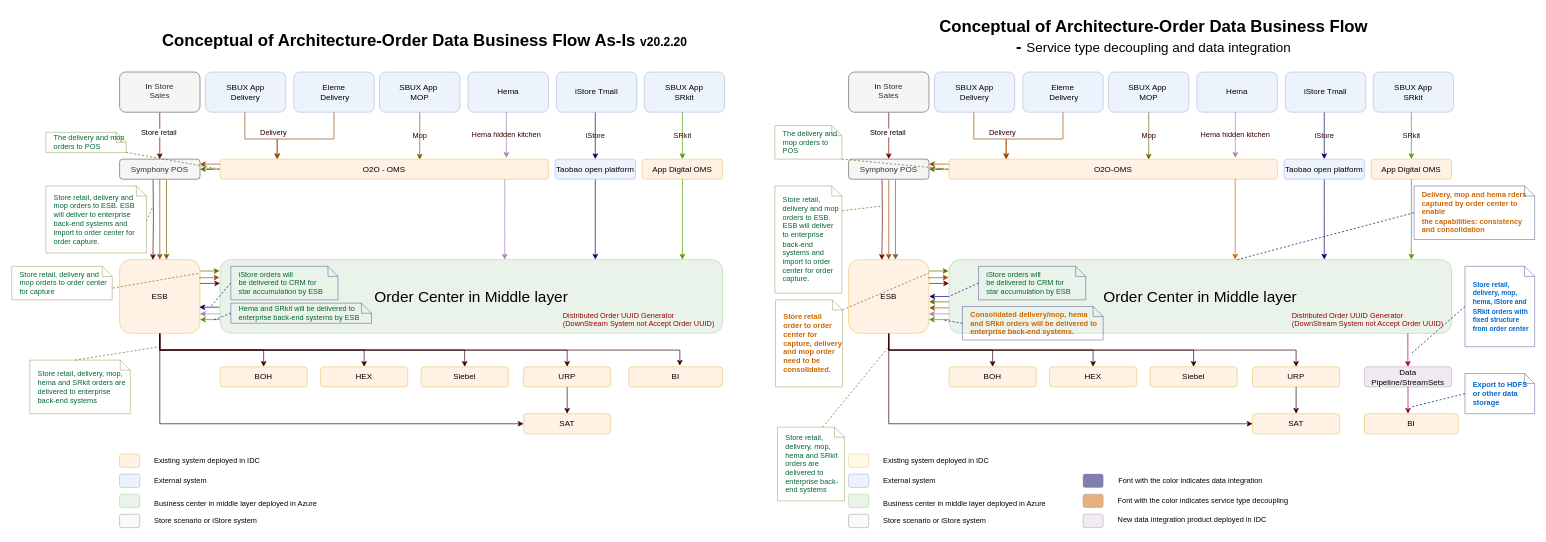
sotheair/designs keeps this draw.io diagram as page "B - Order Center" (2 of 5) of Mid Layer Platform Order Business Flow Arch.drawio. Above is the earlier version. Source tidied: cells renumbered, new cells numbered last; positions are measured from the earlier drawing's top-left corner, leaving out a move shared by most shapes. Both pictures are drawn from the tidied source at 67%, with x=0, y=0 at pixel (11, 11).
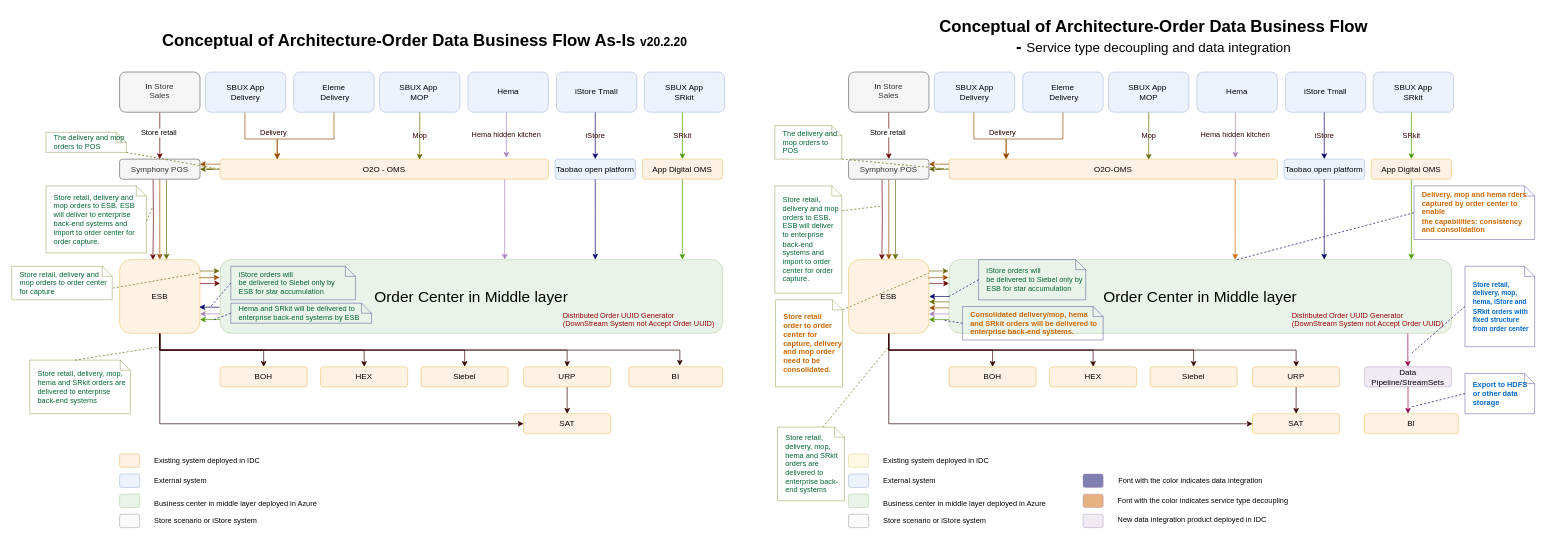
The same page after the edit.

The edit, as a diff of the source:
```diff
@@
-    <mxCell id="66" value="&lt;font color=&quot;#006633&quot;&gt;iStore orders will be&amp;nbsp;delivered&amp;nbsp;to&amp;nbsp;CRM for star&amp;nbsp;accumulation by ESB&lt;/font&gt;" style="shape=note;size=15;align=left;spacingLeft=10;html=1;whiteSpace=wrap;strokeColor=#000066;fillColor=none;fontSize=11;fontColor=none;opacity=50;" parent="1" vertex="1">
-      <mxGeometry x="327" y="380" width="160" height="50" as="geometry" />
+    <mxCell id="66" value="&lt;font color=&quot;#006633&quot;&gt;iStore orders will be&amp;nbsp;delivered&amp;nbsp;to&amp;nbsp;Siebel only&amp;nbsp;&lt;/font&gt;&lt;span style=&quot;color: rgb(0 , 102 , 51)&quot;&gt;by ESB&amp;nbsp;&lt;/span&gt;&lt;font color=&quot;#006633&quot;&gt;for star&amp;nbsp;accumulation&lt;/font&gt;" style="shape=note;size=15;align=left;spacingLeft=10;html=1;whiteSpace=wrap;strokeColor=#000066;fillColor=none;fontSize=11;fontColor=none;opacity=50;" parent="1" vertex="1">
+      <mxGeometry x="327" y="380" width="186" height="50" as="geometry" />
     </mxCell>
@@
-    <mxCell id="152" value="&lt;font color=&quot;#006633&quot;&gt;iStore orders will be&amp;nbsp;delivered&amp;nbsp;to&amp;nbsp;CRM for star&amp;nbsp;accumulation by ESB&lt;/font&gt;" style="shape=note;size=15;align=left;spacingLeft=10;html=1;whiteSpace=wrap;strokeColor=#000066;fillColor=none;fontSize=11;fontColor=none;opacity=50;" parent="1" vertex="1">
-      <mxGeometry x="1443" y="380" width="160" height="50" as="geometry" />
+    <mxCell id="152" value="&lt;font color=&quot;#006633&quot;&gt;iStore orders will be&amp;nbsp;delivered&amp;nbsp;to&amp;nbsp;Siebel only&amp;nbsp;&lt;/font&gt;&lt;span style=&quot;color: rgb(0 , 102 , 51)&quot;&gt;by ESB&amp;nbsp;&lt;/span&gt;&lt;font color=&quot;#006633&quot;&gt;for star&amp;nbsp;accumulation&lt;/font&gt;" style="shape=note;size=15;align=left;spacingLeft=10;html=1;whiteSpace=wrap;strokeColor=#000066;fillColor=none;fontSize=11;fontColor=none;opacity=50;" parent="1" vertex="1">
+      <mxGeometry x="1443" y="370" width="160" height="60" as="geometry" />
     </mxCell>
```
